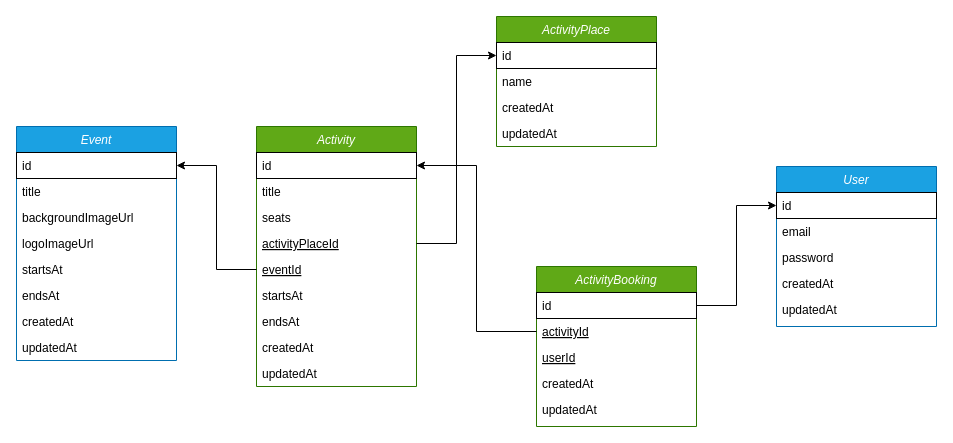
The draw.io diagram Diagrama sem nome.drawio in yujiKKuroda/drivent, before the edit. Source tidied: cells renumbered, new cells numbered last; positions are measured from the earlier drawing's top-left corner, leaving out a move shared by most shapes. Both pictures are drawn from the tidied source at 100%, with x=0, y=0 at pixel (16, 16).
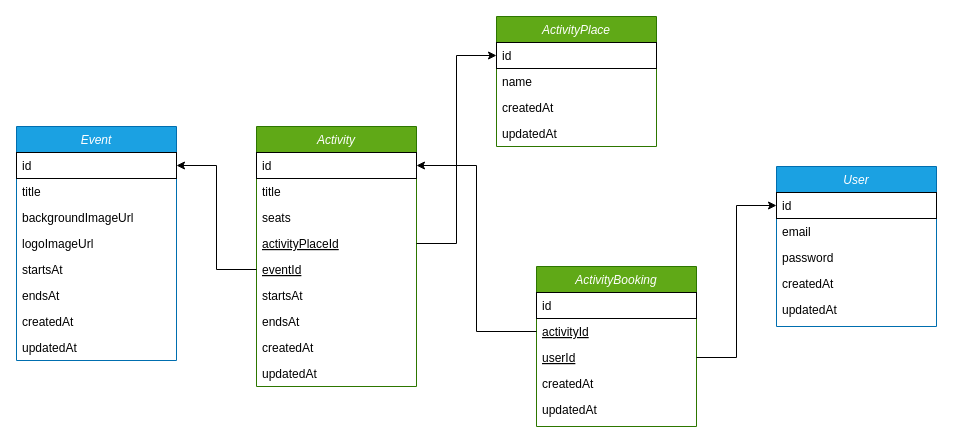
The same page after the edit.

The change refers to these unchanged cells:
```xml
<mxCell id="28" value="id" style="text;align=left;verticalAlign=top;spacingLeft=4;spacingRight=4;overflow=hidden;points=[[0,0.5],[1,0.5]];portConstraint=eastwest;strokeColor=default;" parent="27" vertex="1">
  <mxGeometry y="26" width="160" height="26" as="geometry" />
</mxCell>
<mxCell id="30" value="userId" style="text;align=left;verticalAlign=top;spacingLeft=4;spacingRight=4;overflow=hidden;points=[[0,0.5],[1,0.5]];portConstraint=eastwest;rounded=0;shadow=0;html=0;fontStyle=4;" parent="27" vertex="1">
  <mxGeometry y="78" width="160" height="26" as="geometry" />
</mxCell>
<mxCell id="35" value="id" style="text;align=left;verticalAlign=top;spacingLeft=4;spacingRight=4;overflow=hidden;points=[[0,0.5],[1,0.5]];portConstraint=eastwest;strokeColor=default;" parent="34" vertex="1">
  <mxGeometry y="26" width="160" height="26" as="geometry" />
</mxCell>
```

Change to the diagram source:
```diff
@@
-    <mxCell id="40" style="edgeStyle=orthogonalEdgeStyle;rounded=0;jettySize=auto;html=1;exitX=1;exitY=0.5;exitDx=0;exitDy=0;entryX=0;entryY=0.5;entryDx=0;entryDy=0;" parent="1" edge="1" source="28" target="35">
-      <mxGeometry relative="1" as="geometry" />
-    </mxCell>
@@
+    <mxCell id="42" style="edgeStyle=orthogonalEdgeStyle;rounded=0;jettySize=auto;html=1;exitX=1;exitY=0.5;exitDx=0;exitDy=0;entryX=0;entryY=0.5;entryDx=0;entryDy=0;" parent="1" edge="1" source="30" target="35">
+      <mxGeometry relative="1" as="geometry" />
+    </mxCell>
```
